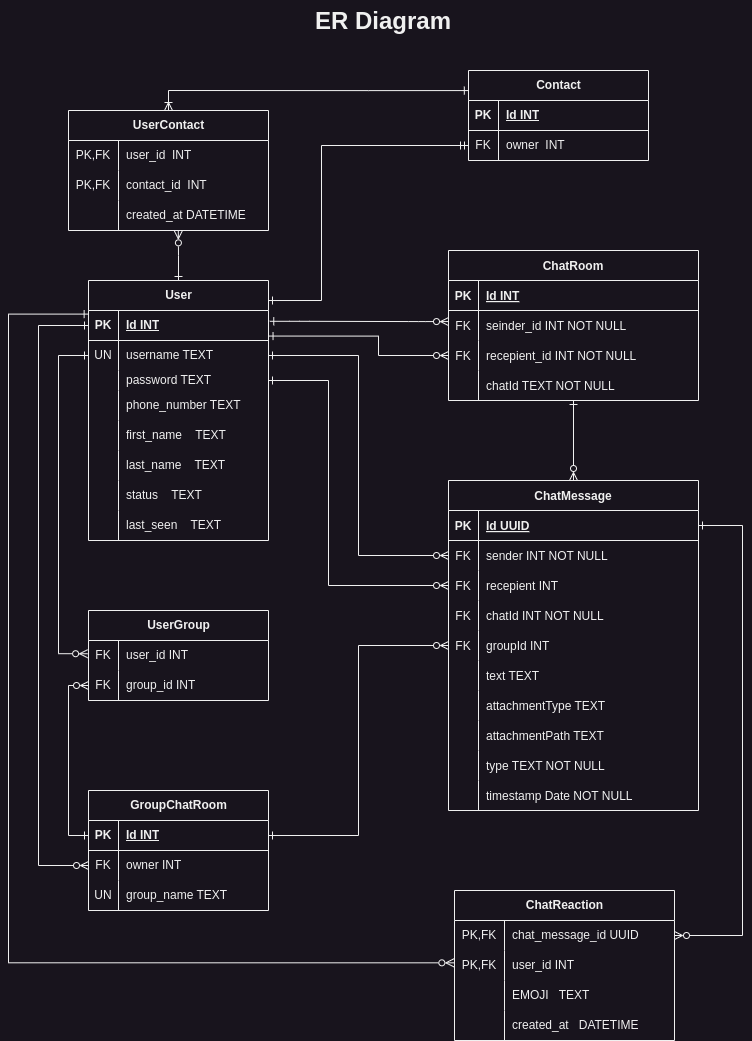
Earlier version of the draw.io export ER_Diagram/chatApplication.drawio.png (Habtamu-Dires/ChatApplication). Source tidied: cells renumbered, new cells last; positions are measured from the earlier drawing's top-left corner, leaving out a move shared by most shapes.
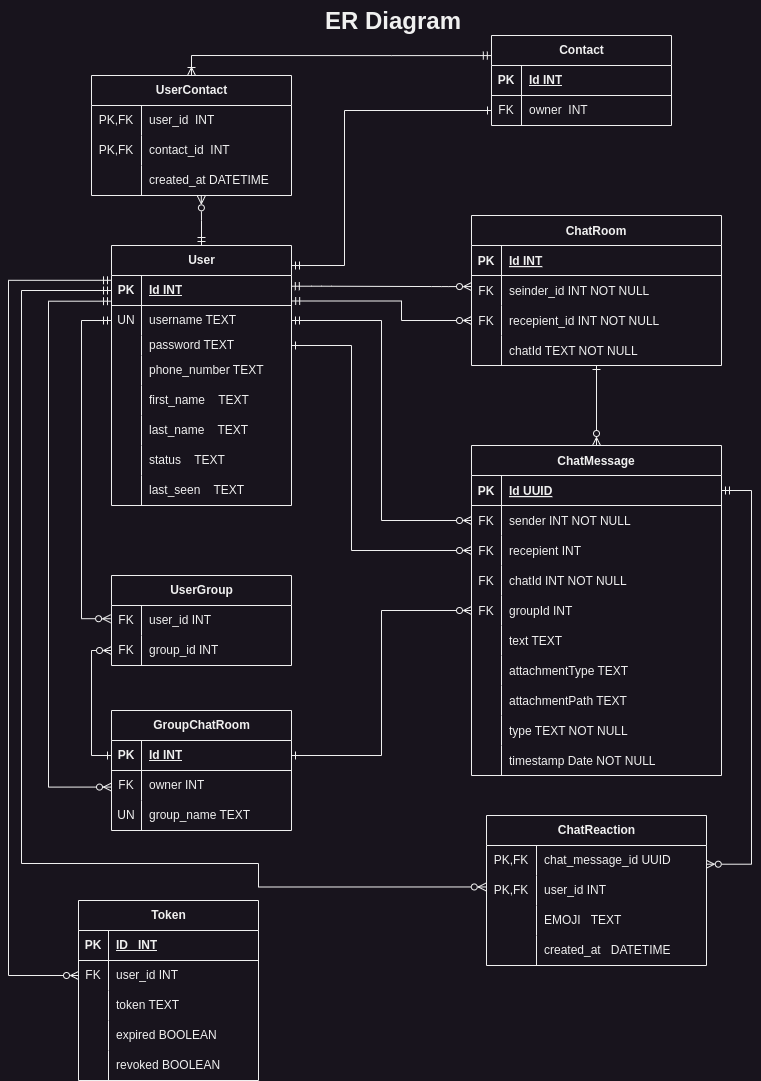
The same diagram one commit later.

Change to the diagram source:
```diff
@@ -2,7 +2,7 @@
   <root>
     <mxCell id="0" />
     <mxCell id="1" parent="0" />
-    <mxCell id="2" style="edgeStyle=entityRelationEdgeStyle;endArrow=ERzeroToMany;startArrow=ERone;endFill=0;startFill=0;exitX=1.007;exitY=0.36;exitDx=0;exitDy=0;entryX=0;entryY=0.369;entryDx=0;entryDy=0;entryPerimeter=0;exitPerimeter=0;" parent="1" edge="1" source="19" target="8">
+    <mxCell id="2" style="edgeStyle=entityRelationEdgeStyle;endArrow=ERzeroToMany;startArrow=ERmandOne;endFill=0;startFill=0;exitX=0.999;exitY=0.357;exitDx=0;exitDy=0;entryX=0;entryY=0.369;entryDx=0;entryDy=0;entryPerimeter=0;exitPerimeter=0;" parent="1" edge="1" source="19" target="8">
       <mxGeometry relative="1" as="geometry" />
     </mxCell>
     <mxCell id="3" style="edgeStyle=orthogonalEdgeStyle;rounded=0;jettySize=auto;html=1;entryX=0.5;entryY=0;entryDx=0;entryDy=0;endArrow=ERzeroToMany;endFill=0;startArrow=ERone;startFill=0;" parent="1" edge="1" source="4" target="61">
@@ -47,7 +47,7 @@
     <mxCell id="16" value="chatId TEXT NOT NULL" style="shape=partialRectangle;overflow=hidden;fillColor=none;top=0;left=0;bottom=0;right=0;align=left;spacingLeft=6;" parent="14" vertex="1">
       <mxGeometry x="30" width="220" height="30" as="geometry" />
     </mxCell>
-    <mxCell id="17" style="edgeStyle=orthogonalEdgeStyle;rounded=0;jettySize=auto;html=1;entryX=0;entryY=0.5;entryDx=0;entryDy=0;endArrow=ERzeroToMany;endFill=0;startArrow=ERone;startFill=0;exitX=1;exitY=0.5;exitDx=0;exitDy=0;" parent="1" edge="1" source="22" target="65">
+    <mxCell id="17" style="edgeStyle=orthogonalEdgeStyle;rounded=0;jettySize=auto;html=1;entryX=0;entryY=0.5;entryDx=0;entryDy=0;endArrow=ERzeroToMany;endFill=0;startArrow=ERmandOne;startFill=0;exitX=1;exitY=0.5;exitDx=0;exitDy=0;" parent="1" edge="1" source="22" target="65">
       <mxGeometry relative="1" as="geometry" />
     </mxCell>
     <mxCell id="18" value="User" style="shape=table;startSize=30;rowLines=0;fontStyle=1;align=center;html=1;" parent="1" vertex="1">
@@ -126,7 +126,7 @@
       <mxGeometry x="30" width="150" height="30" as="geometry" />
     </mxCell>
     <mxCell id="43" value="GroupChatRoom" style="shape=table;startSize=30;rowLines=0;fontStyle=1;align=center;html=1;" parent="1" vertex="1">
-      <mxGeometry x="80" y="790" width="180" height="120" as="geometry" />
+      <mxGeometry x="80" y="745" width="180" height="120" as="geometry" />
     </mxCell>
     <mxCell id="44" style="shape=tableRow;horizontal=0;startSize=0;swimlaneHead=0;swimlaneBody=0;fillColor=none;points=[[0,0.5],[1,0.5]];portConstraint=eastwest;top=0;left=0;right=0;bottom=1;" parent="43" vertex="1">
       <mxGeometry y="30" width="180" height="30" as="geometry" />
@@ -176,11 +176,12 @@
     <mxCell id="59" value="group_id INT" style="shape=partialRectangle;fillColor=none;top=0;left=0;bottom=0;right=0;align=left;spacingLeft=6;overflow=hidden;whiteSpace=wrap;html=1;" parent="57" vertex="1">
       <mxGeometry x="30" width="150" height="30" as="geometry" />
     </mxCell>
-    <mxCell id="60" style="edgeStyle=orthogonalEdgeStyle;rounded=0;jettySize=auto;html=1;entryX=0;entryY=0.5;entryDx=0;entryDy=0;endArrow=ERzeroToMany;endFill=0;startArrow=ERone;startFill=0;exitX=0;exitY=0.5;exitDx=0;exitDy=0;" parent="1" edge="1" source="19" target="47">
+    <mxCell id="60" style="edgeStyle=orthogonalEdgeStyle;rounded=0;jettySize=auto;html=1;entryX=-0.002;entryY=0.719;entryDx=0;entryDy=0;endArrow=ERzeroToMany;endFill=0;startArrow=ERmandOne;startFill=0;exitX=0;exitY=0.856;exitDx=0;exitDy=0;exitPerimeter=0;entryPerimeter=0;" parent="1" edge="1" source="19">
       <mxGeometry relative="1" as="geometry">
+        <mxPoint x="80" y="821.6" as="targetPoint" />
         <Array as="points">
-          <mxPoint x="30" y="325" />
-          <mxPoint x="30" y="865" />
+          <mxPoint x="17" y="336" />
+          <mxPoint x="17" y="822" />
         </Array>
       </mxGeometry>
     </mxCell>
@@ -281,7 +282,7 @@
       <mxGeometry relative="1" as="geometry" />
     </mxCell>
     <mxCell id="93" value="&lt;h1 style=&quot;margin-top: 0px;&quot;&gt;ER Diagram&lt;/h1&gt;" style="text;html=1;whiteSpace=wrap;overflow=hidden;rounded=0;align=center;" parent="1" vertex="1">
-      <mxGeometry x="230" width="290" height="40" as="geometry" />
+      <mxGeometry x="217" y="35" width="290" height="40" as="geometry" />
     </mxCell>
     <mxCell id="94" value="UserContact" style="shape=table;startSize=30;rowLines=0;fontStyle=1;align=center;html=1;" parent="1" vertex="1">
       <mxGeometry x="60" y="110" width="200" height="120" as="geometry" />
@@ -313,10 +314,10 @@
     <mxCell id="103" value="created_at DATETIME" style="shape=partialRectangle;fillColor=none;top=0;left=0;bottom=0;right=0;align=left;spacingLeft=6;overflow=hidden;whiteSpace=wrap;html=1;" parent="101" vertex="1">
       <mxGeometry x="50" width="150" height="30" as="geometry" />
     </mxCell>
-    <mxCell id="104" style="edgeStyle=orthogonalEdgeStyle;rounded=0;jettySize=auto;html=1;endArrow=ERzeroToMany;endFill=0;startArrow=ERone;startFill=0;entryX=0.549;entryY=1.011;entryDx=0;entryDy=0;entryPerimeter=0;" parent="1" edge="1" source="18" target="101">
+    <mxCell id="104" style="edgeStyle=orthogonalEdgeStyle;rounded=0;jettySize=auto;html=1;endArrow=ERzeroToMany;endFill=0;startArrow=ERmandOne;startFill=0;entryX=0.549;entryY=1.011;entryDx=0;entryDy=0;entryPerimeter=0;" parent="1" edge="1" source="18" target="101">
       <mxGeometry relative="1" as="geometry" />
     </mxCell>
-    <mxCell id="105" style="edgeStyle=orthogonalEdgeStyle;rounded=0;jettySize=auto;html=1;entryX=0.5;entryY=0;entryDx=0;entryDy=0;endArrow=ERoneToMany;endFill=0;startArrow=ERone;startFill=0;exitX=-0.001;exitY=0.223;exitDx=0;exitDy=0;exitPerimeter=0;" parent="1" edge="1" source="106" target="94">
+    <mxCell id="105" style="edgeStyle=orthogonalEdgeStyle;rounded=0;jettySize=auto;html=1;entryX=0.5;entryY=0;entryDx=0;entryDy=0;endArrow=ERoneToMany;endFill=0;startArrow=ERmandOne;startFill=0;exitX=-0.001;exitY=0.223;exitDx=0;exitDy=0;exitPerimeter=0;" parent="1" edge="1" source="106" target="94">
       <mxGeometry relative="1" as="geometry" />
     </mxCell>
     <mxCell id="106" value="Contact" style="shape=table;startSize=30;rowLines=0;fontStyle=1;align=center;html=1;" parent="1" vertex="1">
@@ -340,7 +341,7 @@
     <mxCell id="112" value="owner&amp;nbsp; INT" style="shape=partialRectangle;fillColor=none;top=0;left=0;bottom=0;right=0;align=left;spacingLeft=6;overflow=hidden;whiteSpace=wrap;html=1;" parent="110" vertex="1">
       <mxGeometry x="30" width="150" height="30" as="geometry" />
     </mxCell>
-    <mxCell id="113" style="edgeStyle=orthogonalEdgeStyle;rounded=0;jettySize=auto;html=1;endArrow=ERone;endFill=0;startArrow=ERmandOne;startFill=0;entryX=1;entryY=0.077;entryDx=0;entryDy=0;entryPerimeter=0;exitX=0;exitY=0.5;exitDx=0;exitDy=0;" parent="1" edge="1" source="110" target="18">
+    <mxCell id="113" style="edgeStyle=orthogonalEdgeStyle;rounded=0;jettySize=auto;html=1;endArrow=ERmandOne;endFill=0;startArrow=ERone;startFill=0;entryX=1;entryY=0.077;entryDx=0;entryDy=0;entryPerimeter=0;exitX=0;exitY=0.5;exitDx=0;exitDy=0;" parent="1" edge="1" source="110" target="18">
       <mxGeometry relative="1" as="geometry">
         <Array as="points">
           <mxPoint x="313" y="145" />
@@ -349,7 +350,7 @@
       </mxGeometry>
     </mxCell>
     <mxCell id="114" value="ChatReaction" style="shape=table;startSize=30;rowLines=0;fontStyle=1;align=center;html=1;" parent="1" vertex="1">
-      <mxGeometry x="446" y="890" width="220" height="150" as="geometry" />
+      <mxGeometry x="455" y="850" width="220" height="150" as="geometry" />
     </mxCell>
     <mxCell id="115" style="shape=tableRow;horizontal=0;startSize=0;swimlaneHead=0;swimlaneBody=0;fillColor=none;points=[[0,0.5],[1,0.5]];portConstraint=eastwest;top=0;left=0;right=0;bottom=0;" parent="114" vertex="1">
       <mxGeometry y="30" width="220" height="30" as="geometry" />
@@ -387,11 +388,13 @@
     <mxCell id="126" value="created_at&amp;nbsp; &amp;nbsp;DATETIME" style="shape=partialRectangle;fillColor=none;top=0;left=0;bottom=0;right=0;align=left;spacingLeft=6;overflow=hidden;whiteSpace=wrap;html=1;" parent="124" vertex="1">
       <mxGeometry x="50" width="170" height="30" as="geometry" />
     </mxCell>
-    <mxCell id="127" style="edgeStyle=orthogonalEdgeStyle;rounded=0;jettySize=auto;html=1;endArrow=ERzeroToMany;endFill=0;startArrow=ERone;startFill=0;entryX=-0.003;entryY=0.411;entryDx=0;entryDy=0;entryPerimeter=0;exitX=-0.002;exitY=0.12;exitDx=0;exitDy=0;exitPerimeter=0;" parent="1" edge="1" source="19" target="118">
+    <mxCell id="127" style="edgeStyle=orthogonalEdgeStyle;rounded=0;jettySize=auto;html=1;endArrow=ERzeroToMany;endFill=0;startArrow=ERmandOne;startFill=0;entryX=-0.001;entryY=0.382;entryDx=0;entryDy=0;exitX=0;exitY=0.5;exitDx=0;exitDy=0;entryPerimeter=0;" parent="1" edge="1" source="19" target="118">
       <mxGeometry relative="1" as="geometry">
         <Array as="points">
-          <mxPoint y="314" />
-          <mxPoint y="962" />
+          <mxPoint x="-10" y="325" />
+          <mxPoint x="-10" y="898" />
+          <mxPoint x="227" y="898" />
+          <mxPoint x="227" y="922" />
         </Array>
       </mxGeometry>
     </mxCell>
@@ -403,26 +406,26 @@
         </Array>
       </mxGeometry>
     </mxCell>
-    <mxCell id="129" style="edgeStyle=orthogonalEdgeStyle;rounded=0;jettySize=auto;html=1;entryX=0;entryY=0.5;entryDx=0;entryDy=0;exitX=1.003;exitY=0.852;exitDx=0;exitDy=0;exitPerimeter=0;endArrow=ERzeroToMany;endFill=0;startArrow=ERone;startFill=0;" parent="1" edge="1" source="19" target="11">
+    <mxCell id="129" style="edgeStyle=orthogonalEdgeStyle;rounded=0;jettySize=auto;html=1;entryX=0;entryY=0.5;entryDx=0;entryDy=0;exitX=1.001;exitY=0.85;exitDx=0;exitDy=0;exitPerimeter=0;endArrow=ERzeroToMany;endFill=0;startArrow=ERmandOne;startFill=0;" parent="1" edge="1" source="19" target="11">
       <mxGeometry relative="1" as="geometry">
         <Array as="points">
-          <mxPoint x="370" y="336" />
+          <mxPoint x="370" y="335" />
           <mxPoint x="370" y="355" />
         </Array>
       </mxGeometry>
     </mxCell>
-    <mxCell id="130" style="edgeStyle=orthogonalEdgeStyle;rounded=0;jettySize=auto;html=1;exitX=1;exitY=0.5;exitDx=0;exitDy=0;endArrow=ERzeroToMany;endFill=0;startArrow=ERone;startFill=0;entryX=1;entryY=0.5;entryDx=0;entryDy=0;" parent="1" edge="1" source="62" target="115">
+    <mxCell id="130" style="edgeStyle=orthogonalEdgeStyle;rounded=0;jettySize=auto;html=1;exitX=1;exitY=0.5;exitDx=0;exitDy=0;endArrow=ERzeroToMany;endFill=0;startArrow=ERmandOne;startFill=0;entryX=0.999;entryY=0.624;entryDx=0;entryDy=0;entryPerimeter=0;" parent="1" edge="1" source="62" target="115">
       <mxGeometry relative="1" as="geometry">
         <Array as="points">
-          <mxPoint x="734" y="525" />
-          <mxPoint x="734" y="935" />
+          <mxPoint x="720" y="525" />
+          <mxPoint x="720" y="899" />
         </Array>
       </mxGeometry>
     </mxCell>
     <mxCell id="131" style="edgeStyle=orthogonalEdgeStyle;rounded=0;jettySize=auto;html=1;entryX=0;entryY=0.5;entryDx=0;entryDy=0;endArrow=ERzeroToMany;endFill=0;startArrow=ERone;startFill=0;" parent="1" edge="1" source="44" target="57">
       <mxGeometry relative="1" as="geometry" />
     </mxCell>
-    <mxCell id="132" style="edgeStyle=orthogonalEdgeStyle;rounded=0;jettySize=auto;html=1;entryX=-0.005;entryY=0.441;entryDx=0;entryDy=0;entryPerimeter=0;endArrow=ERzeroToMany;endFill=0;startArrow=ERone;startFill=0;" parent="1" edge="1" source="22" target="54">
+    <mxCell id="132" style="edgeStyle=orthogonalEdgeStyle;rounded=0;jettySize=auto;html=1;entryX=-0.005;entryY=0.441;entryDx=0;entryDy=0;entryPerimeter=0;endArrow=ERzeroToMany;endFill=0;startArrow=ERmandOne;startFill=0;" parent="1" edge="1" source="22" target="54">
       <mxGeometry relative="1" as="geometry">
         <Array as="points">
           <mxPoint x="50" y="355" />
@@ -430,5 +433,61 @@
         </Array>
       </mxGeometry>
     </mxCell>
+    <mxCell id="133" value="Token" style="shape=table;startSize=30;rowLines=0;fontStyle=1;align=center;html=1;" parent="1" vertex="1">
+      <mxGeometry x="47" y="935" width="180" height="180" as="geometry" />
+    </mxCell>
+    <mxCell id="134" style="shape=tableRow;horizontal=0;startSize=0;swimlaneHead=0;swimlaneBody=0;fillColor=none;top=0;left=0;right=0;bottom=1;" parent="133" vertex="1">
+      <mxGeometry y="30" width="180" height="30" as="geometry" />
+    </mxCell>
+    <mxCell id="135" value="PK" style="shape=partialRectangle;fillColor=none;top=0;left=0;bottom=0;right=0;fontStyle=1;overflow=hidden;whiteSpace=wrap;html=1;" parent="134" vertex="1">
+      <mxGeometry width="30" height="30" as="geometry" />
+    </mxCell>
+    <mxCell id="136" value="ID&amp;nbsp; &amp;nbsp;INT" style="shape=partialRectangle;fillColor=none;top=0;left=0;bottom=0;right=0;align=left;spacingLeft=6;fontStyle=5;overflow=hidden;whiteSpace=wrap;html=1;" parent="134" vertex="1">
+      <mxGeometry x="30" width="150" height="30" as="geometry" />
+    </mxCell>
+    <mxCell id="137" style="shape=tableRow;horizontal=0;startSize=0;swimlaneHead=0;swimlaneBody=0;fillColor=none;points=[[0,0.5],[1,0.5]];portConstraint=eastwest;top=0;left=0;right=0;bottom=0;" parent="133" vertex="1">
+      <mxGeometry y="60" width="180" height="30" as="geometry" />
+    </mxCell>
+    <mxCell id="138" value="FK" style="shape=partialRectangle;fillColor=none;top=0;left=0;bottom=0;right=0;overflow=hidden;whiteSpace=wrap;html=1;" parent="137" vertex="1">
+      <mxGeometry width="30" height="30" as="geometry" />
+    </mxCell>
+    <mxCell id="139" value="user_id INT" style="shape=partialRectangle;fillColor=none;top=0;left=0;bottom=0;right=0;align=left;spacingLeft=6;overflow=hidden;whiteSpace=wrap;html=1;" parent="137" vertex="1">
+      <mxGeometry x="30" width="150" height="30" as="geometry" />
+    </mxCell>
+    <mxCell id="140" style="shape=tableRow;horizontal=0;startSize=0;swimlaneHead=0;swimlaneBody=0;fillColor=none;top=0;left=0;right=0;bottom=0;" parent="133" vertex="1">
+      <mxGeometry y="90" width="180" height="30" as="geometry" />
+    </mxCell>
+    <mxCell id="141" style="shape=partialRectangle;fillColor=none;top=0;left=0;bottom=0;right=0;overflow=hidden;whiteSpace=wrap;html=1;" parent="140" vertex="1">
+      <mxGeometry width="30" height="30" as="geometry" />
+    </mxCell>
+    <mxCell id="142" value="token TEXT" style="shape=partialRectangle;fillColor=none;top=0;left=0;bottom=0;right=0;align=left;spacingLeft=6;overflow=hidden;whiteSpace=wrap;html=1;" parent="140" vertex="1">
+      <mxGeometry x="30" width="150" height="30" as="geometry" />
+    </mxCell>
+    <mxCell id="143" style="shape=tableRow;horizontal=0;startSize=0;swimlaneHead=0;swimlaneBody=0;fillColor=none;top=0;left=0;right=0;bottom=0;" parent="133" vertex="1">
+      <mxGeometry y="120" width="180" height="30" as="geometry" />
+    </mxCell>
+    <mxCell id="144" style="shape=partialRectangle;fillColor=none;top=0;left=0;bottom=0;right=0;overflow=hidden;whiteSpace=wrap;html=1;" parent="143" vertex="1">
+      <mxGeometry width="30" height="30" as="geometry" />
+    </mxCell>
+    <mxCell id="145" value="expired BOOLEAN" style="shape=partialRectangle;fillColor=none;top=0;left=0;bottom=0;right=0;align=left;spacingLeft=6;overflow=hidden;whiteSpace=wrap;html=1;" parent="143" vertex="1">
+      <mxGeometry x="30" width="150" height="30" as="geometry" />
+    </mxCell>
+    <mxCell id="146" style="shape=tableRow;horizontal=0;startSize=0;swimlaneHead=0;swimlaneBody=0;fillColor=none;top=0;left=0;right=0;bottom=0;" parent="133" vertex="1">
+      <mxGeometry y="150" width="180" height="30" as="geometry" />
+    </mxCell>
+    <mxCell id="147" style="shape=partialRectangle;fillColor=none;top=0;left=0;bottom=0;right=0;overflow=hidden;whiteSpace=wrap;html=1;" parent="146" vertex="1">
+      <mxGeometry width="30" height="30" as="geometry" />
+    </mxCell>
+    <mxCell id="148" value="revoked BOOLEAN" style="shape=partialRectangle;fillColor=none;top=0;left=0;bottom=0;right=0;align=left;spacingLeft=6;overflow=hidden;whiteSpace=wrap;html=1;" parent="146" vertex="1">
+      <mxGeometry x="30" width="150" height="30" as="geometry" />
+    </mxCell>
+    <mxCell id="149" style="edgeStyle=orthogonalEdgeStyle;rounded=0;jettySize=auto;html=1;entryX=0;entryY=0.16;entryDx=0;entryDy=0;entryPerimeter=0;exitX=0;exitY=0.5;exitDx=0;exitDy=0;startArrow=ERzeroToMany;startFill=0;endArrow=ERmandOne;endFill=0;" parent="1" edge="1" source="137" target="19">
+      <mxGeometry relative="1" as="geometry">
+        <Array as="points">
+          <mxPoint x="-23" y="1010" />
+          <mxPoint x="-23" y="315" />
+        </Array>
+      </mxGeometry>
+    </mxCell>
   </root>
 </mxGraphModel>
```
